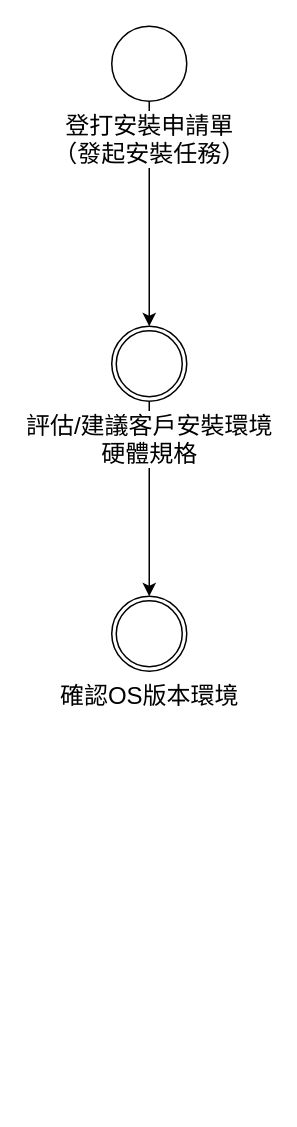
Before: 安裝流程.drawio in frglobal/documents, a draw.io diagram. Source tidied: cells renumbered, new cells numbered last; positions are measured from the earlier drawing's top-left corner, leaving out a move shared by most shapes. Both pictures are drawn from the tidied source at 150%, with x=0, y=0 at pixel (111, 26).
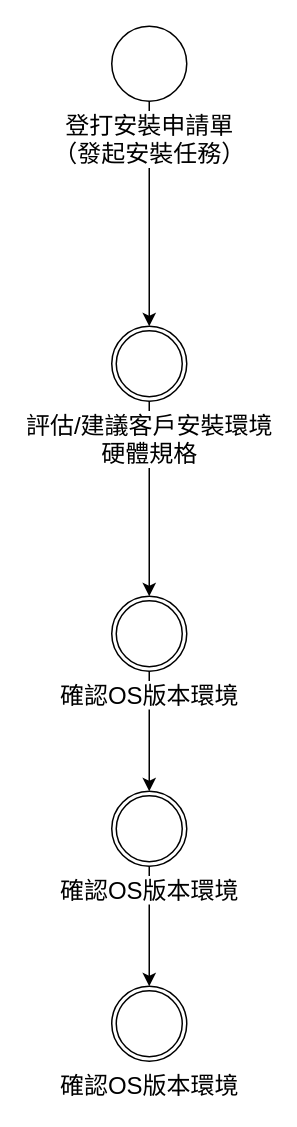
Above is the later version.

Diff of the diagram source:
```diff
@@
 <mxGraphModel>
   <root>
     <mxCell id="0" />
     <mxCell id="1" parent="0" />
     <mxCell id="2" style="edgeStyle=orthogonalEdgeStyle;rounded=0;jettySize=auto;html=1;fontSize=16;" parent="1" edge="1" source="3" target="6">
       <mxGeometry relative="1" as="geometry" />
     </mxCell>
     <mxCell id="3" value="登打安裝申請單&lt;br&gt;（發起安裝任務）" style="shape=mxgraph.bpmn.shape;html=1;verticalLabelPosition=bottom;labelBackgroundColor=#ffffff;verticalAlign=top;align=center;perimeter=ellipsePerimeter;outlineConnect=0;outline=standard;symbol=general;fontSize=16;fontFamily=Noto Sans TC;FType=g;" parent="1" vertex="1">
       <mxGeometry width="50" height="50" as="geometry" />
     </mxCell>
     <mxCell id="4" style="edgeStyle=orthogonalEdgeStyle;rounded=0;orthogonalLoop=1;jettySize=auto;html=1;exitX=0.5;exitY=1;exitDx=0;exitDy=0;fontSize=16;" parent="1" edge="1" source="3" target="3">
       <mxGeometry relative="1" as="geometry" />
     </mxCell>
     <mxCell id="5" style="edgeStyle=orthogonalEdgeStyle;rounded=0;jettySize=auto;html=1;fontSize=16;" parent="1" edge="1" source="6" target="7">
       <mxGeometry relative="1" as="geometry" />
     </mxCell>
     <mxCell id="6" value="&lt;font face=&quot;Noto Sans TC&quot;&gt;評估/建議客戶安裝環境&lt;br&gt;硬體規格&lt;/font&gt;" style="shape=mxgraph.bpmn.shape;html=1;verticalLabelPosition=bottom;labelBackgroundColor=#ffffff;verticalAlign=top;align=center;perimeter=ellipsePerimeter;outlineConnect=0;outline=throwing;symbol=general;fontSize=16;" parent="1" vertex="1">
       <mxGeometry y="200" width="50" height="50" as="geometry" />
     </mxCell>
+    <mxCell id="8" style="edgeStyle=orthogonalEdgeStyle;rounded=0;jettySize=auto;html=1;fontSize=16;" parent="1" edge="1" source="7" target="10">
+      <mxGeometry relative="1" as="geometry" />
+    </mxCell>
     <mxCell id="7" value="&lt;font face=&quot;noto sans tc&quot;&gt;確認OS版本環境&lt;/font&gt;" style="shape=mxgraph.bpmn.shape;html=1;verticalLabelPosition=bottom;labelBackgroundColor=#ffffff;verticalAlign=top;align=center;perimeter=ellipsePerimeter;outlineConnect=0;outline=throwing;symbol=general;fontSize=16;" parent="1" vertex="1">
       <mxGeometry y="380" width="50" height="50" as="geometry" />
     </mxCell>
+    <mxCell id="9" style="edgeStyle=orthogonalEdgeStyle;rounded=0;jettySize=auto;html=1;fontSize=16;" parent="1" edge="1" source="10" target="11">
+      <mxGeometry relative="1" as="geometry" />
+    </mxCell>
+    <mxCell id="10" value="&lt;font face=&quot;noto sans tc&quot;&gt;確認OS版本環境&lt;/font&gt;" style="shape=mxgraph.bpmn.shape;html=1;verticalLabelPosition=bottom;labelBackgroundColor=#ffffff;verticalAlign=top;align=center;perimeter=ellipsePerimeter;outlineConnect=0;outline=throwing;symbol=general;fontSize=16;" parent="1" vertex="1">
+      <mxGeometry y="510" width="50" height="50" as="geometry" />
+    </mxCell>
+    <mxCell id="11" value="&lt;font face=&quot;noto sans tc&quot;&gt;確認OS版本環境&lt;/font&gt;" style="shape=mxgraph.bpmn.shape;html=1;verticalLabelPosition=bottom;labelBackgroundColor=#ffffff;verticalAlign=top;align=center;perimeter=ellipsePerimeter;outlineConnect=0;outline=throwing;symbol=general;fontSize=16;" parent="1" vertex="1">
+      <mxGeometry y="640" width="50" height="50" as="geometry" />
+    </mxCell>
   </root>
 </mxGraphModel>
```
